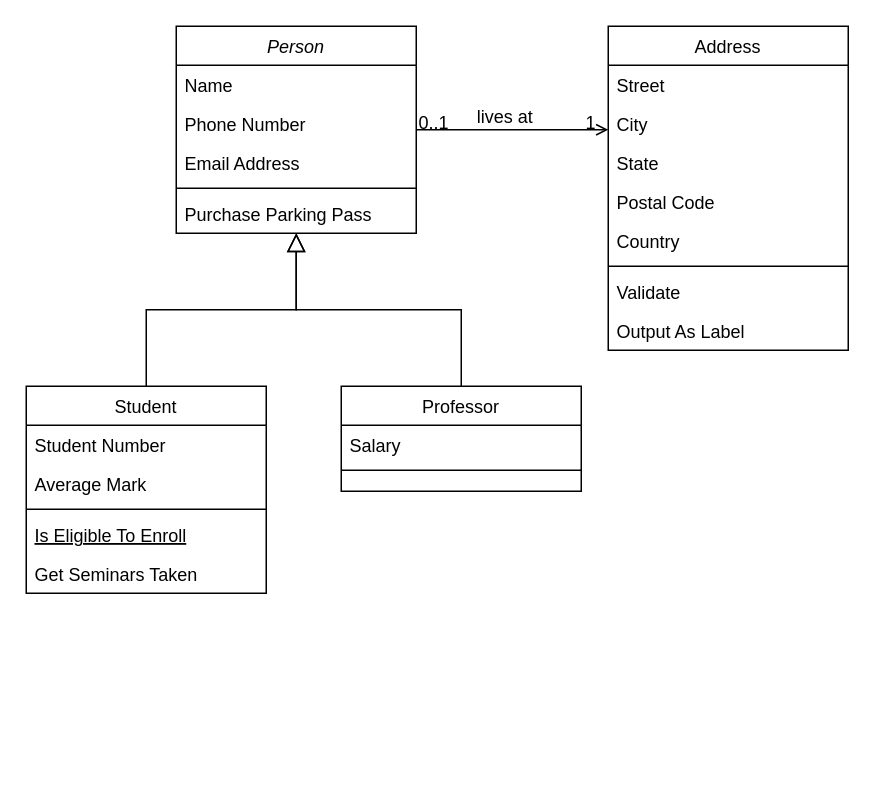
The draw.io diagram 제목 없는 다이어그램.drawio in kdy800/go-mux, before the edit. Source tidied: cells renumbered, new cells numbered last; positions are measured from the earlier drawing's top-left corner, leaving out a move shared by most shapes. Both pictures are drawn from the tidied source at 150%, with x=0, y=0 at pixel (26, 26).
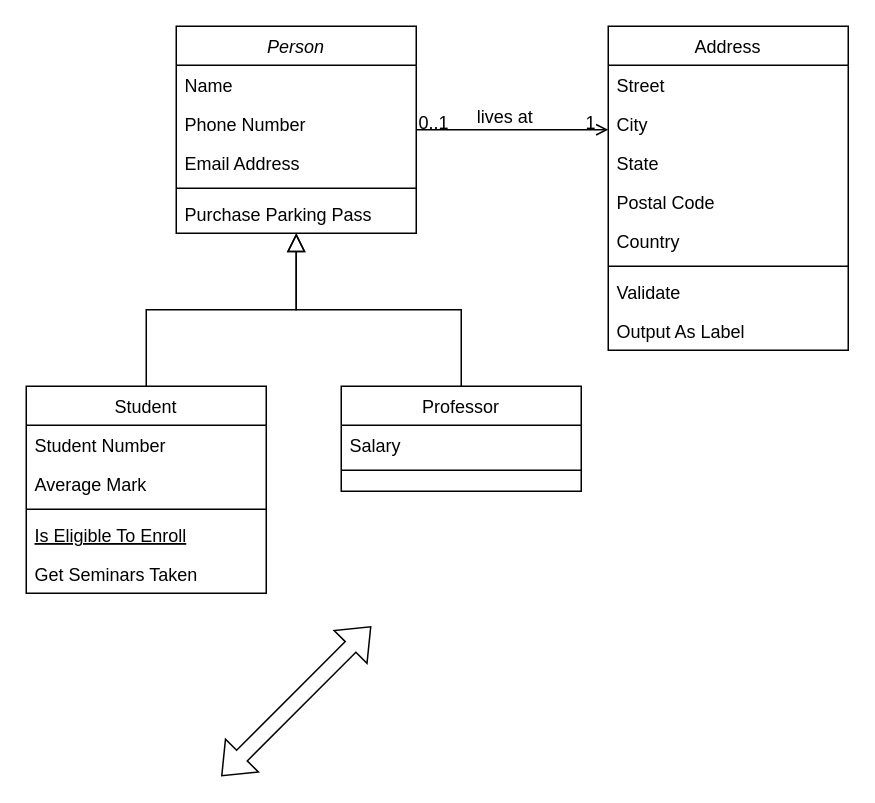
Above is the later version.

Commit message:
제목 없는 다이어그램.drawio 업데이트

What changed in the source:
```diff
@@
+    <mxCell id="32" style="shape=flexArrow;endArrow=classic;startArrow=classic;html=1;rounded=0;" parent="1" edge="1">
+      <mxGeometry relative="1" as="geometry">
+        <mxPoint x="130" y="500" as="sourcePoint" />
+        <mxPoint x="230" y="400" as="targetPoint" />
+      </mxGeometry>
+    </mxCell>
```
